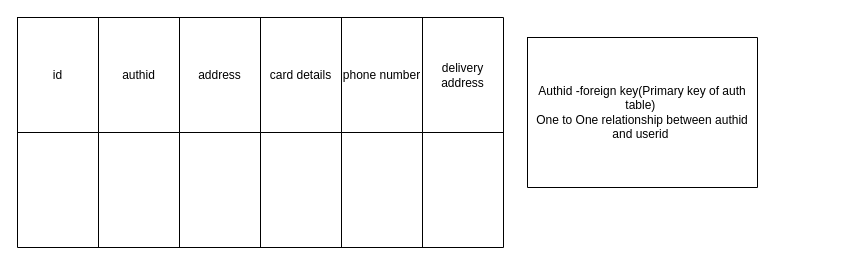
pritammimo/node-with-drizzle keeps this draw.io diagram as schema-design/user.drawio. Above is the earlier version. Source tidied: cells renumbered, new cells numbered last; positions are measured from the earlier drawing's top-left corner, leaving out a move shared by most shapes. Both pictures are drawn from the tidied source at 100%, with x=0, y=0 at pixel (17, 17).
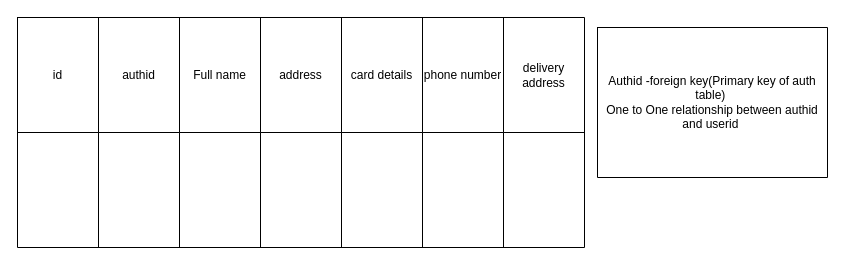
After the change.

Diff of the diagram source:
```diff
@@
     <mxCell id="2" style="shape=table;startSize=0;childLayout=tableLayout;" parent="1" vertex="1">
-      <mxGeometry width="486" height="230" as="geometry" />
+      <mxGeometry width="567" height="230" as="geometry" />
     </mxCell>
     <mxCell id="3" style="shape=tableRow;horizontal=0;startSize=0;swimlaneHead=0;swimlaneBody=0;top=0;left=0;bottom=0;right=0;fillColor=none;" parent="2" vertex="1">
-      <mxGeometry width="486" height="115" as="geometry" />
+      <mxGeometry width="567" height="115" as="geometry" />
     </mxCell>
@@
+    <mxCell id="20" value="Full name" style="shape=partialRectangle;html=1;whiteSpace=wrap;overflow=hidden;fillColor=none;top=0;left=0;bottom=0;right=0;" parent="3" vertex="1">
+      <mxGeometry x="162" width="81" height="115" as="geometry" />
+    </mxCell>
     <mxCell id="6" value="address" style="shape=partialRectangle;html=1;whiteSpace=wrap;overflow=hidden;fillColor=none;top=0;left=0;bottom=0;right=0;" parent="3" vertex="1">
-      <mxGeometry x="162" width="81" height="115" as="geometry" />
+      <mxGeometry x="243" width="81" height="115" as="geometry" />
     </mxCell>
     <mxCell id="7" value="card details" style="shape=partialRectangle;html=1;whiteSpace=wrap;overflow=hidden;fillColor=none;top=0;left=0;bottom=0;right=0;" parent="3" vertex="1">
-      <mxGeometry x="243" width="81" height="115" as="geometry" />
+      <mxGeometry x="324" width="81" height="115" as="geometry" />
     </mxCell>
     <mxCell id="8" value="phone number" style="shape=partialRectangle;html=1;whiteSpace=wrap;overflow=hidden;fillColor=none;top=0;left=0;bottom=0;right=0;" parent="3" vertex="1">
-      <mxGeometry x="324" width="81" height="115" as="geometry" />
+      <mxGeometry x="405" width="81" height="115" as="geometry" />
     </mxCell>
     <mxCell id="9" value="delivery address" style="shape=partialRectangle;html=1;whiteSpace=wrap;overflow=hidden;fillColor=none;top=0;left=0;bottom=0;right=0;" parent="3" vertex="1">
-      <mxGeometry x="405" width="81" height="115" as="geometry" />
+      <mxGeometry x="486" width="81" height="115" as="geometry" />
     </mxCell>
     <mxCell id="10" style="shape=tableRow;horizontal=0;startSize=0;swimlaneHead=0;swimlaneBody=0;top=0;left=0;bottom=0;right=0;fillColor=none;" parent="2" vertex="1">
-      <mxGeometry y="115" width="486" height="115" as="geometry" />
+      <mxGeometry y="115" width="567" height="115" as="geometry" />
     </mxCell>
@@
+    <mxCell id="21" style="shape=partialRectangle;html=1;whiteSpace=wrap;overflow=hidden;fillColor=none;top=0;left=0;bottom=0;right=0;" parent="10" vertex="1">
+      <mxGeometry x="162" width="81" height="115" as="geometry" />
+    </mxCell>
     <mxCell id="13" style="shape=partialRectangle;html=1;whiteSpace=wrap;overflow=hidden;fillColor=none;top=0;left=0;bottom=0;right=0;" parent="10" vertex="1">
-      <mxGeometry x="162" width="81" height="115" as="geometry" />
+      <mxGeometry x="243" width="81" height="115" as="geometry" />
     </mxCell>
     <mxCell id="14" style="shape=partialRectangle;html=1;whiteSpace=wrap;overflow=hidden;fillColor=none;top=0;left=0;bottom=0;right=0;" parent="10" vertex="1">
-      <mxGeometry x="243" width="81" height="115" as="geometry" />
+      <mxGeometry x="324" width="81" height="115" as="geometry" />
     </mxCell>
     <mxCell id="15" style="shape=partialRectangle;html=1;whiteSpace=wrap;overflow=hidden;fillColor=none;top=0;left=0;bottom=0;right=0;" parent="10" vertex="1">
-      <mxGeometry x="324" width="81" height="115" as="geometry" />
+      <mxGeometry x="405" width="81" height="115" as="geometry" />
     </mxCell>
     <mxCell id="16" style="shape=partialRectangle;html=1;whiteSpace=wrap;overflow=hidden;fillColor=none;top=0;left=0;bottom=0;right=0;" parent="10" vertex="1">
-      <mxGeometry x="405" width="81" height="115" as="geometry" />
+      <mxGeometry x="486" width="81" height="115" as="geometry" />
     </mxCell>
     <mxCell id="17" style="shape=table;startSize=0;childLayout=tableLayout;" parent="1" vertex="1">
-      <mxGeometry x="510" y="20" width="230" height="150" as="geometry" />
+      <mxGeometry x="580" y="10" width="230" height="150" as="geometry" />
     </mxCell>
```
